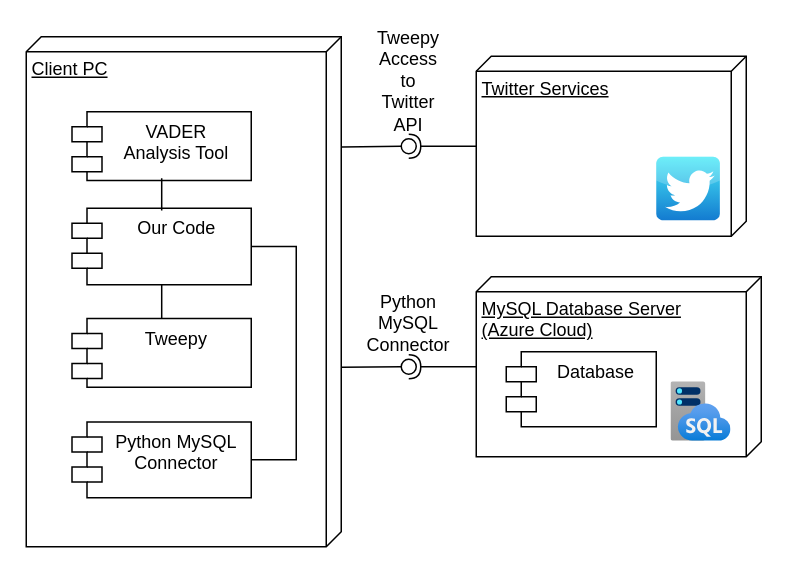
Before: page "Page-1" (1 of 2) of uml/Hardware Mapping.drawio in agarcia169/4306-Donaldson-Project, a draw.io diagram. Source tidied: cells renumbered, new cells numbered last; positions are measured from the earlier drawing's top-left corner, leaving out a move shared by most shapes. Both pictures are drawn from the tidied source at 150%, with x=0, y=0 at pixel (26, 36).
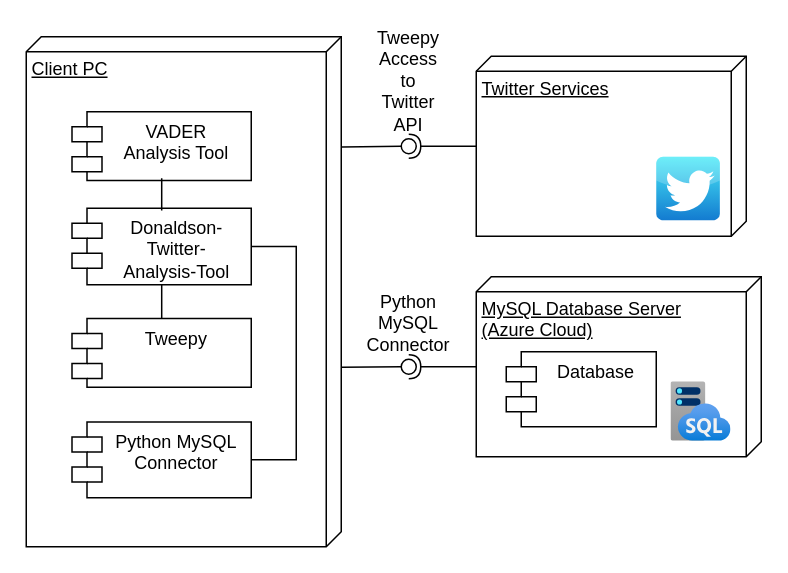
The same diagram, later.

Diff of the diagram source:
```diff
@@
-    <mxCell id="15" value="Our Code" style="shape=module;align=center;spacingLeft=20;align=center;verticalAlign=top;fontFamily=Helvetica;fontSize=12;fontColor=default;strokeColor=default;fillColor=default;html=1;" parent="1" vertex="1">
+    <mxCell id="15" value="Donaldson-&lt;br&gt;Twitter-&lt;br&gt;Analysis-Tool" style="shape=module;align=center;spacingLeft=20;align=center;verticalAlign=top;fontFamily=Helvetica;fontSize=12;fontColor=default;strokeColor=default;fillColor=default;html=1;" parent="1" vertex="1">
       <mxGeometry x="30.5" y="114.3" width="119.5" height="51" as="geometry" />
     </mxCell>
```
